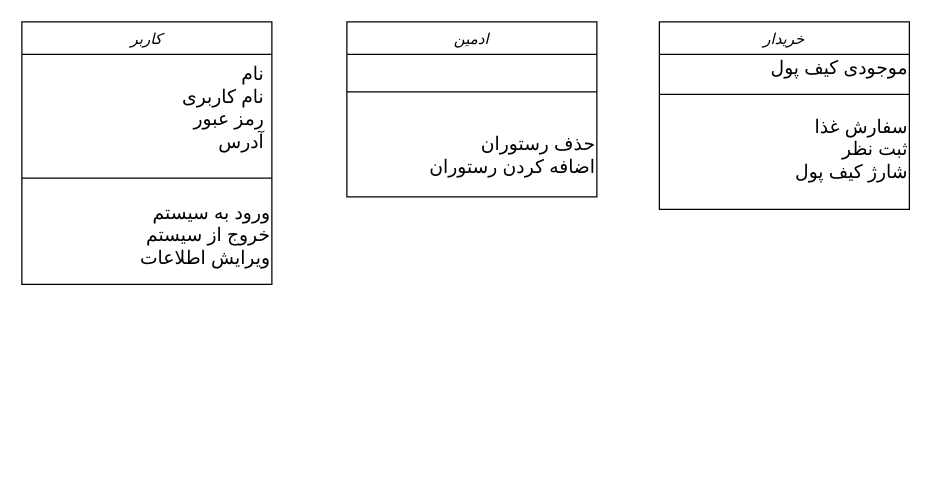
Above: gggggg.drawio in khoramian/TahDig_SoftwareEngineering (draw.io), before the change. Source tidied: cells renumbered, new cells numbered last; positions are measured from the earlier drawing's top-left corner, leaving out a move shared by most shapes. Both pictures are drawn from the tidied source at 125%, with x=0, y=0 at pixel (21, 21).
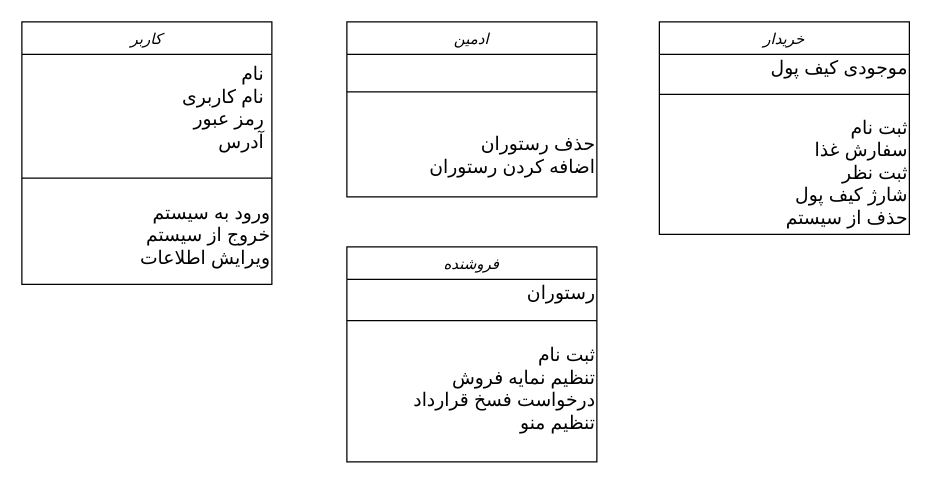
After the change.

The edit, as a diff of the source:
```diff
@@
 <mxGraphModel>
   <root>
     <mxCell id="0" />
     <mxCell id="1" parent="0" />
     <mxCell id="2" value="کاربر" style="swimlane;fontStyle=2;align=center;verticalAlign=top;horizontal=1;startSize=26;rounded=0;shadow=0;strokeWidth=1;" parent="1" vertex="1">
       <mxGeometry width="200" height="210" as="geometry" />
     </mxCell>
     <mxCell id="3" value="نام &#10;نام کاربری&#10;رمز عبور&#10;آدرس&#10;" style="text;align=right;verticalAlign=top;spacingLeft=4;spacingRight=4;overflow=hidden;fontSize=15;" parent="2" vertex="1">
       <mxGeometry y="26" width="200" height="84" as="geometry" />
     </mxCell>
     <mxCell id="4" style="line;html=1;strokeWidth=1;align=left;verticalAlign=middle;spacingTop=-1;spacingLeft=3;spacingRight=3;labelPosition=right;" parent="2" vertex="1">
       <mxGeometry y="110" width="200" height="30" as="geometry" />
     </mxCell>
     <mxCell id="5" value="&lt;div&gt;ورود به سیستم &lt;br&gt;&lt;/div&gt;&lt;div&gt;خروج از سیستم&lt;/div&gt;&lt;div&gt;ویرایش اطلاعات&lt;br&gt;&lt;/div&gt;" style="text;html=1;align=right;verticalAlign=middle;fontSize=15;" parent="2" vertex="1">
       <mxGeometry y="140" width="200" height="60" as="geometry" />
     </mxCell>
     <mxCell id="6" value="ادمین" style="swimlane;fontStyle=2;align=center;verticalAlign=top;horizontal=1;startSize=26;rounded=0;shadow=0;strokeWidth=1;" parent="1" vertex="1">
       <mxGeometry x="260" width="200" height="140" as="geometry" />
     </mxCell>
     <mxCell id="7" style="line;html=1;strokeWidth=1;align=left;verticalAlign=middle;spacingTop=-1;spacingLeft=3;spacingRight=3;labelPosition=right;" parent="6" vertex="1">
       <mxGeometry y="26" width="200" height="60" as="geometry" />
     </mxCell>
     <mxCell id="8" value="&lt;div&gt;حذف رستوران &lt;br&gt;&lt;/div&gt;&lt;div&gt;اضافه کردن رستوران&lt;br&gt;&lt;/div&gt;" style="text;html=1;align=right;verticalAlign=middle;fontSize=15;" parent="6" vertex="1">
       <mxGeometry y="86" width="200" height="40" as="geometry" />
     </mxCell>
     <mxCell id="9" value="خریدار" style="swimlane;fontStyle=2;align=center;verticalAlign=top;horizontal=1;startSize=26;rounded=0;shadow=0;strokeWidth=1;" parent="1" vertex="1">
-      <mxGeometry x="510" width="200" height="150" as="geometry" />
+      <mxGeometry x="510" width="200" height="170" as="geometry" />
     </mxCell>
     <mxCell id="10" value="&lt;div align=&quot;right&quot;&gt;موجودی کیف پول&lt;/div&gt;" style="text;html=1;align=right;verticalAlign=middle;fontSize=15;" parent="9" vertex="1">
       <mxGeometry y="26" width="200" height="20" as="geometry" />
     </mxCell>
     <mxCell id="11" style="line;html=1;strokeWidth=1;align=left;verticalAlign=middle;spacingTop=-1;spacingLeft=3;spacingRight=3;labelPosition=right;" parent="9" vertex="1">
       <mxGeometry y="46" width="200" height="24" as="geometry" />
     </mxCell>
-    <mxCell id="12" value="&lt;div&gt;سفارش غذا&lt;/div&gt;&lt;div&gt;ثبت نظر&lt;/div&gt;&lt;div&gt;شارژ کیف پول&lt;/div&gt;&lt;div&gt;&lt;br&gt;&lt;/div&gt;" style="text;html=1;align=right;verticalAlign=middle;fontSize=15;" parent="9" vertex="1">
-      <mxGeometry y="70" width="200" height="80" as="geometry" />
+    <mxCell id="12" value="&lt;div&gt;ثبت نام &lt;br&gt;&lt;/div&gt;&lt;div&gt;سفارش غذا&lt;/div&gt;&lt;div&gt;ثبت نظر&lt;/div&gt;&lt;div&gt;شارژ کیف پول&lt;/div&gt;&lt;div&gt;حذف از سیستم &lt;br&gt;&lt;/div&gt;" style="text;html=1;align=right;verticalAlign=middle;fontSize=15;" parent="9" vertex="1">
+      <mxGeometry y="70" width="200" height="100" as="geometry" />
     </mxCell>
+    <mxCell id="13" value="فروشنده" style="swimlane;fontStyle=2;align=center;verticalAlign=top;horizontal=1;startSize=26;rounded=0;shadow=0;strokeWidth=1;" parent="1" vertex="1">
+      <mxGeometry x="260" y="180" width="200" height="172" as="geometry" />
+    </mxCell>
+    <mxCell id="14" value="&lt;div&gt;رستوران&lt;/div&gt;" style="text;html=1;align=right;verticalAlign=middle;fontSize=15;" parent="13" vertex="1">
+      <mxGeometry y="26" width="200" height="20" as="geometry" />
+    </mxCell>
+    <mxCell id="15" style="line;html=1;strokeWidth=1;align=left;verticalAlign=middle;spacingTop=-1;spacingLeft=3;spacingRight=3;labelPosition=right;" parent="13" vertex="1">
+      <mxGeometry y="46" width="200" height="26" as="geometry" />
+    </mxCell>
+    <mxCell id="16" value="&lt;div&gt;ثبت نام &lt;br&gt;&lt;/div&gt;&lt;div&gt;تنظیم نمایه فروش&lt;/div&gt;&lt;div&gt;درخواست فسخ قرارداد&lt;/div&gt;&lt;div&gt;تنظیم منو&lt;br&gt;&lt;/div&gt;&lt;div&gt;&lt;br&gt;&lt;/div&gt;" style="text;html=1;align=right;verticalAlign=middle;fontSize=15;" parent="13" vertex="1">
+      <mxGeometry y="72" width="200" height="100" as="geometry" />
+    </mxCell>
   </root>
 </mxGraphModel>
```
